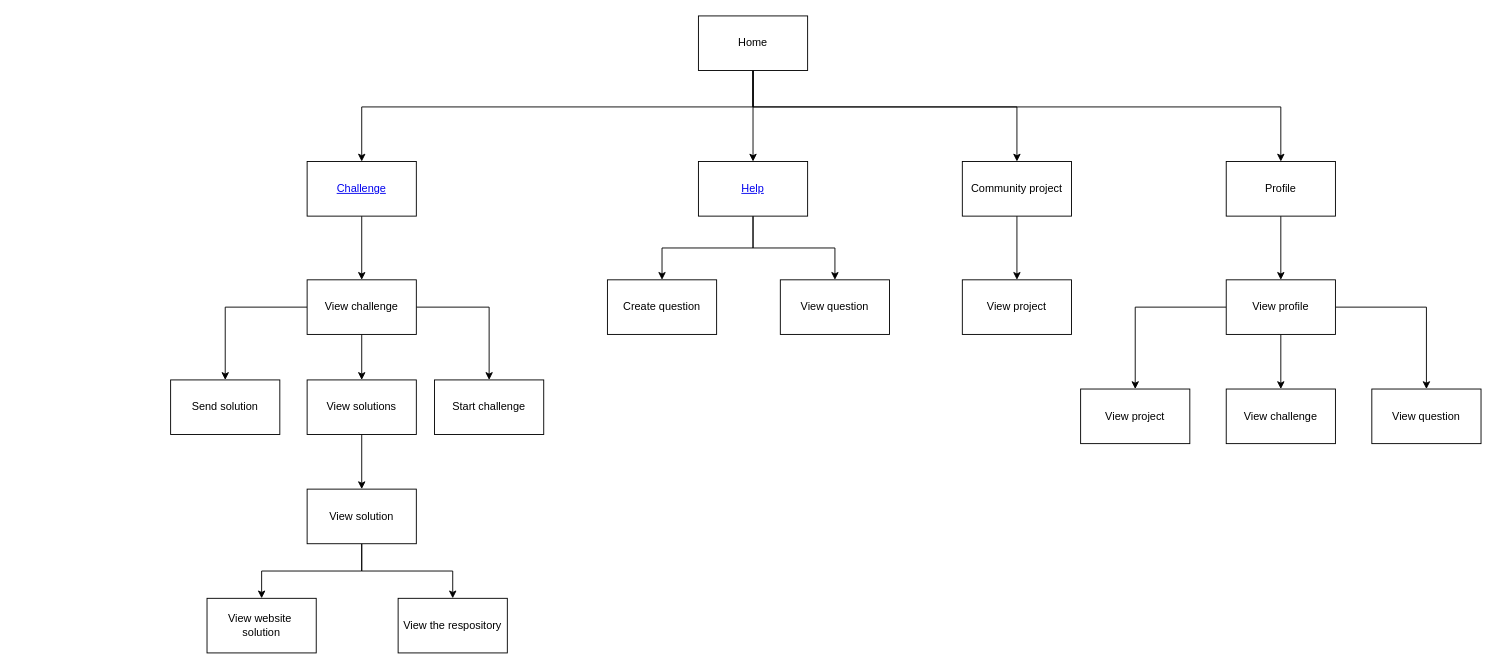
Before: page "Navegação" (1 of 6) of Fluxograma.drawio in Mined-Development-Company/comunity-projecty, a draw.io diagram. Source tidied: cells renumbered, new cells numbered last; positions are measured from the earlier drawing's top-left corner, leaving out a move shared by most shapes. Both pictures are drawn from the tidied source at 91%, with x=0, y=0 at pixel (170, 15).
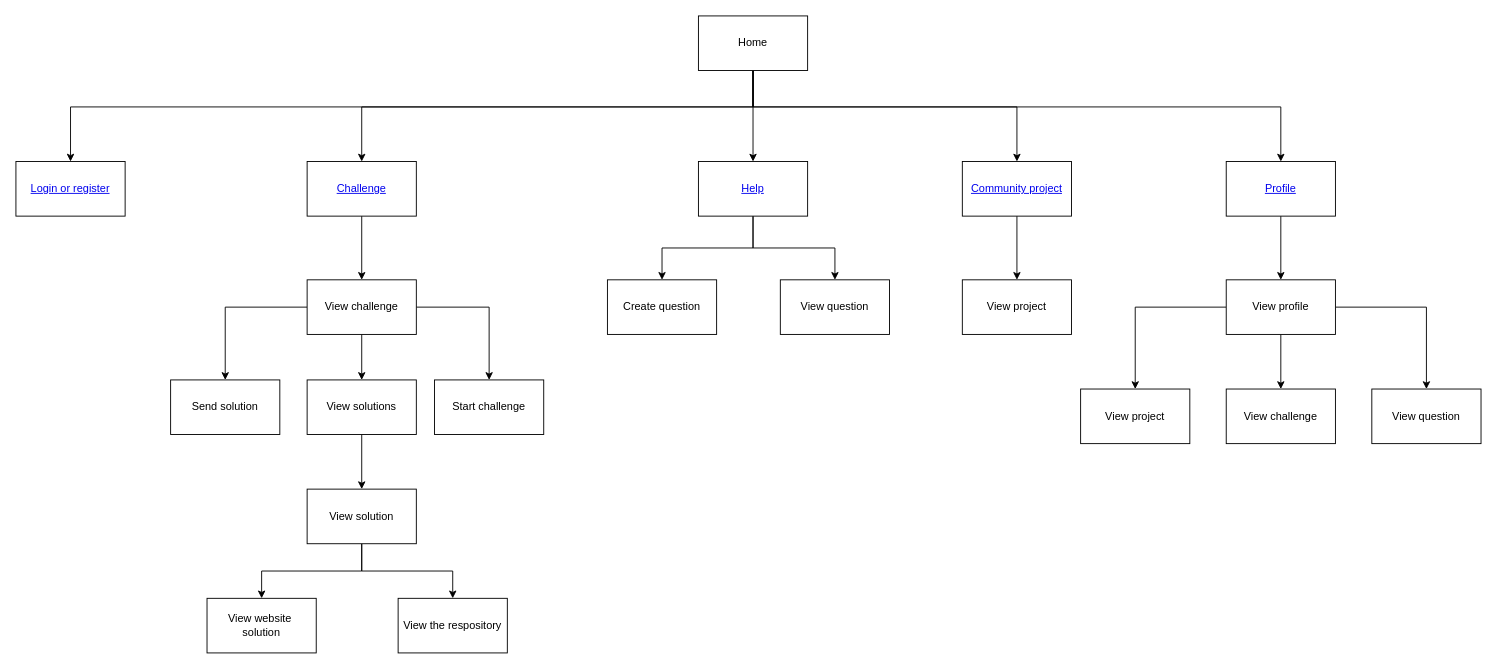
After the change.

The change refers to these unchanged cells:
```xml
<mxCell id="6" value="Home" style="rounded=0;whiteSpace=wrap;html=1;" parent="1" vertex="1">
  <mxGeometry x="580" width="120" height="60" as="geometry" />
</mxCell>
```

Change to the diagram source:
```diff
@@
+    <mxCell id="39" style="edgeStyle=orthogonalEdgeStyle;rounded=0;jettySize=auto;html=1;entryX=0.5;entryY=0;entryDx=0;entryDy=0;" parent="1" edge="1" source="6" target="40">
+      <mxGeometry relative="1" as="geometry">
+        <Array as="points">
+          <mxPoint x="640" y="100" />
+          <mxPoint x="-110" y="100" />
+        </Array>
+      </mxGeometry>
+    </mxCell>
@@
-    <mxCell id="13" value="Community project" style="rounded=0;whiteSpace=wrap;html=1;" parent="1" vertex="1">
+    <mxCell id="13" value="&lt;a href=&quot;data:page/id,1vAgtNEft9VAmHpRzcwv&quot;&gt;Community project&lt;/a&gt;" style="rounded=0;whiteSpace=wrap;html=1;" parent="1" vertex="1">
       <mxGeometry x="870" y="160" width="120" height="60" as="geometry" />
     </mxCell>
@@
-    <mxCell id="15" value="Profile" style="rounded=0;whiteSpace=wrap;html=1;" parent="1" vertex="1">
+    <mxCell id="15" value="&lt;a href=&quot;data:page/id,Tc43h7xUepe1iCHEUx4W&quot;&gt;Profile&lt;/a&gt;" style="rounded=0;whiteSpace=wrap;html=1;" parent="1" vertex="1">
       <mxGeometry x="1160" y="160" width="120" height="60" as="geometry" />
     </mxCell>
@@
+    <mxCell id="40" value="&lt;a href=&quot;data:page/id,fHlvUqqk3ppf5Vi9E2lW&quot;&gt;Login or register&lt;/a&gt;" style="rounded=0;whiteSpace=wrap;html=1;" parent="1" vertex="1">
+      <mxGeometry x="-170" y="160" width="120" height="60" as="geometry" />
+    </mxCell>
```
